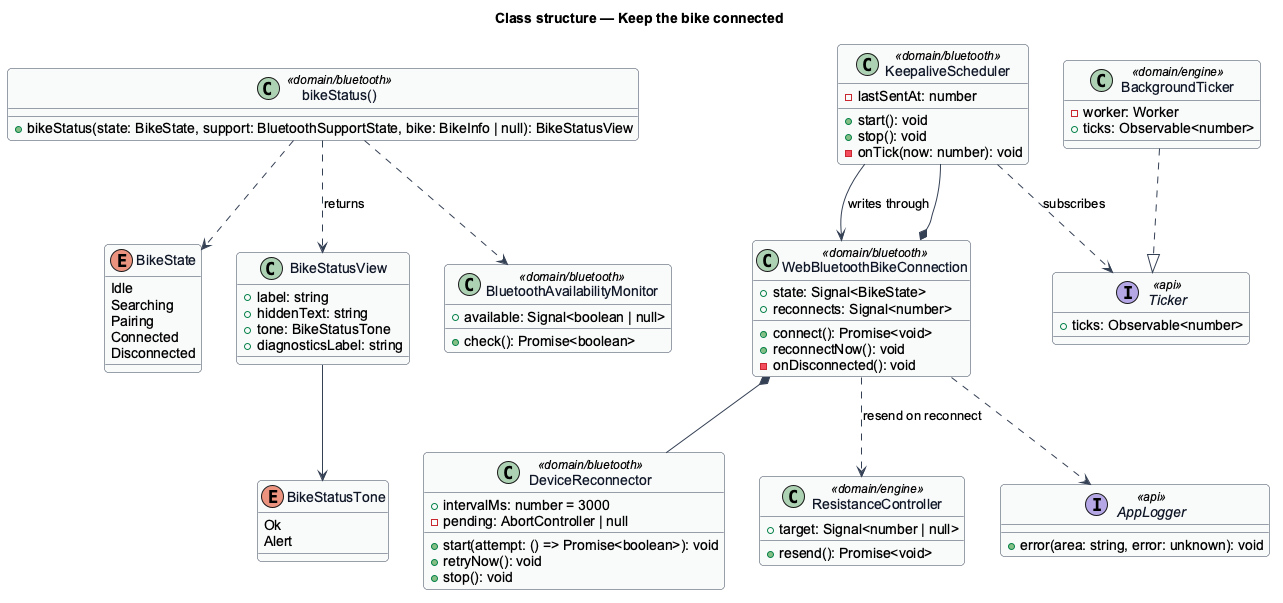
Above: docs/detailed-designs/bike/keep-the-bike-connected/diagrams/class-structure.png in QuinntyneBrown/ride-one (PlantUML), before the change. Source of this version:
```plantuml
@startuml
skinparam backgroundColor #FFFFFF
skinparam shadowing false
skinparam roundcorner 8
skinparam defaultFontName Arial
skinparam ArrowColor #344054
skinparam class {
  BorderColor #344054
  FontColor #101828
  BackgroundColor #F9FAFB
}
title Class structure — Keep the bike connected
enum BikeState {
  Idle
  Searching
  Pairing
  Connected
  Disconnected
}
enum BikeStatusTone {
  Ok
  Alert
}
class BikeStatusView {
  +label: string
  +hiddenText: string
  +tone: BikeStatusTone
  +diagnosticsLabel: string
}
class "bikeStatus()" as BikeStatusFn <<domain/bluetooth>> {
  +bikeStatus(state: BikeState, support: BluetoothSupportState, bike: BikeInfo | null): BikeStatusView
}
class KeepaliveScheduler <<domain/bluetooth>> {
  -lastSentAt: number
  +start(): void
  +stop(): void
  -onTick(now: number): void
}
class DeviceReconnector <<domain/bluetooth>> {
  +intervalMs: number = 3000
  -pending: AbortController | null
  +start(attempt: () => Promise<boolean>): void
  +retryNow(): void
  +stop(): void
}
class BluetoothAvailabilityMonitor <<domain/bluetooth>> {
  +available: Signal<boolean | null>
  +check(): Promise<boolean>
}
interface Ticker <<api>> {
  +ticks: Observable<number>
}
class BackgroundTicker <<domain/engine>> {
  -worker: Worker
  +ticks: Observable<number>
}
class WebBluetoothBikeConnection <<domain/bluetooth>> {
  +state: Signal<BikeState>
  +reconnects: Signal<number>
  +connect(): Promise<void>
  +reconnectNow(): void
  -onDisconnected(): void
}
class ResistanceController <<domain/engine>> {
  +target: Signal<number | null>
  +resend(): Promise<void>
}
interface AppLogger <<api>> {
  +error(area: string, error: unknown): void
}
KeepaliveScheduler ..> Ticker : subscribes
BackgroundTicker ..|> Ticker
KeepaliveScheduler --> WebBluetoothBikeConnection : writes through
WebBluetoothBikeConnection *-- DeviceReconnector
WebBluetoothBikeConnection *-- KeepaliveScheduler
WebBluetoothBikeConnection ..> ResistanceController : resend on reconnect
WebBluetoothBikeConnection ..> AppLogger
BikeStatusFn ..> BikeState
BikeStatusFn ..> BluetoothAvailabilityMonitor
BikeStatusFn ..> BikeStatusView : returns
BikeStatusView --> BikeStatusTone
@enduml
```
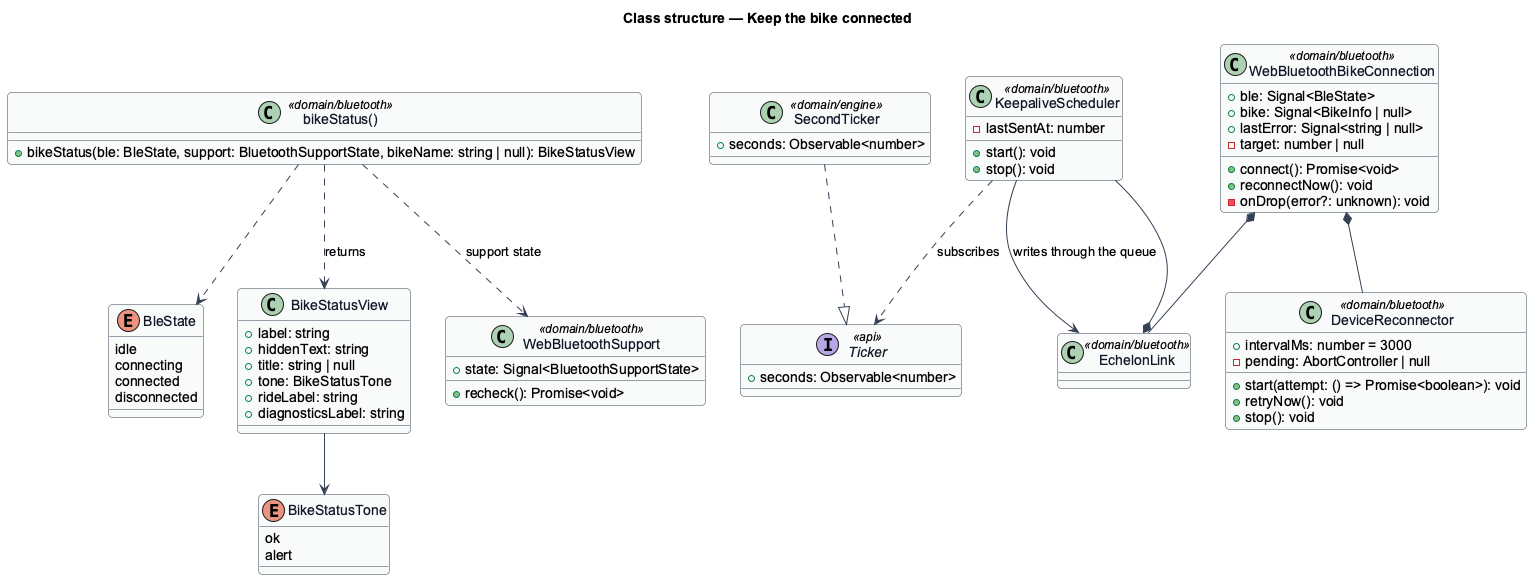
Above is the later version.

Commit message:
Align keeping the bike connected with what slice 2.4 builds

Change to the diagram source:
```diff
@@ -10,31 +10,31 @@
   BackgroundColor #F9FAFB
 }
 title Class structure — Keep the bike connected
-enum BikeState {
-  Idle
-  Searching
-  Pairing
-  Connected
-  Disconnected
+enum BleState {
+  idle
+  connecting
+  connected
+  disconnected
 }
 enum BikeStatusTone {
-  Ok
-  Alert
+  ok
+  alert
 }
 class BikeStatusView {
   +label: string
   +hiddenText: string
+  +title: string | null
   +tone: BikeStatusTone
+  +rideLabel: string
   +diagnosticsLabel: string
 }
 class "bikeStatus()" as BikeStatusFn <<domain/bluetooth>> {
-  +bikeStatus(state: BikeState, support: BluetoothSupportState, bike: BikeInfo | null): BikeStatusView
+  +bikeStatus(ble: BleState, support: BluetoothSupportState, bikeName: string | null): BikeStatusView
 }
 class KeepaliveScheduler <<domain/bluetooth>> {
   -lastSentAt: number
   +start(): void
   +stop(): void
-  -onTick(now: number): void
 }
 class DeviceReconnector <<domain/bluetooth>> {
   +intervalMs: number = 3000
@@ -43,40 +43,34 @@
   +retryNow(): void
   +stop(): void
 }
-class BluetoothAvailabilityMonitor <<domain/bluetooth>> {
-  +available: Signal<boolean | null>
-  +check(): Promise<boolean>
+class WebBluetoothSupport <<domain/bluetooth>> {
+  +state: Signal<BluetoothSupportState>
+  +recheck(): Promise<void>
 }
 interface Ticker <<api>> {
-  +ticks: Observable<number>
+  +seconds: Observable<number>
 }
-class BackgroundTicker <<domain/engine>> {
-  -worker: Worker
-  +ticks: Observable<number>
+class SecondTicker <<domain/engine>> {
+  +seconds: Observable<number>
 }
 class WebBluetoothBikeConnection <<domain/bluetooth>> {
-  +state: Signal<BikeState>
-  +reconnects: Signal<number>
+  +ble: Signal<BleState>
+  +bike: Signal<BikeInfo | null>
+  +lastError: Signal<string | null>
+  -target: number | null
   +connect(): Promise<void>
   +reconnectNow(): void
-  -onDisconnected(): void
+  -onDrop(error?: unknown): void
 }
-class ResistanceController <<domain/engine>> {
-  +target: Signal<number | null>
-  +resend(): Promise<void>
-}
-interface AppLogger <<api>> {
-  +error(area: string, error: unknown): void
-}
+class EchelonLink <<domain/bluetooth>>
 KeepaliveScheduler ..> Ticker : subscribes
-BackgroundTicker ..|> Ticker
-KeepaliveScheduler --> WebBluetoothBikeConnection : writes through
+SecondTicker ..|> Ticker
+KeepaliveScheduler --> EchelonLink : writes through the queue
 WebBluetoothBikeConnection *-- DeviceReconnector
-WebBluetoothBikeConnection *-- KeepaliveScheduler
-WebBluetoothBikeConnection ..> ResistanceController : resend on reconnect
-WebBluetoothBikeConnection ..> AppLogger
-BikeStatusFn ..> BikeState
-BikeStatusFn ..> BluetoothAvailabilityMonitor
+EchelonLink *-- KeepaliveScheduler
+WebBluetoothBikeConnection *-- EchelonLink
+BikeStatusFn ..> BleState
+BikeStatusFn ..> WebBluetoothSupport : support state
 BikeStatusFn ..> BikeStatusView : returns
 BikeStatusView --> BikeStatusTone
 @enduml
```
